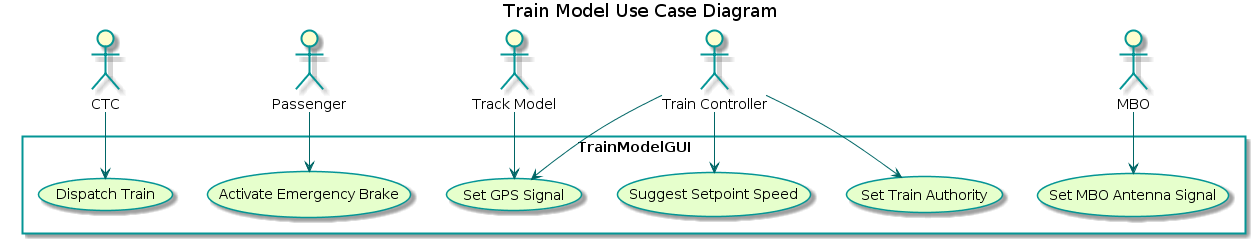
Above: TrainSystem/yUML/Usecase Diagrams/TrainModelUseCaseDiagram.png in kevingilboy/COE1186 (PlantUML), before the change.
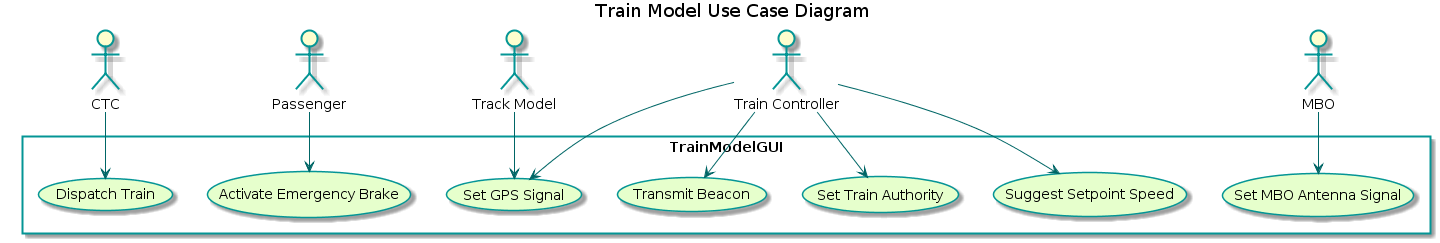
The same file after the commit.

The edit, as a diff of the source:
```diff
@@ -18,6 +18,7 @@
     (Suggest Setpoint Speed)
     (Set Train Authority)
     (Set GPS Signal)
+    (Transmit Beacon)
     (Set MBO Antenna Signal)
 }
 
@@ -25,6 +26,7 @@
 p --> (Activate Emergency Brake)
 tkm --> (Set GPS Signal)
 tnc --> (Set GPS Signal)
+tnc --> (Transmit Beacon)
 tnc --> (Suggest Setpoint Speed)
 tnc --> (Set Train Authority)
 mbo --> (Set MBO Antenna Signal)
```
